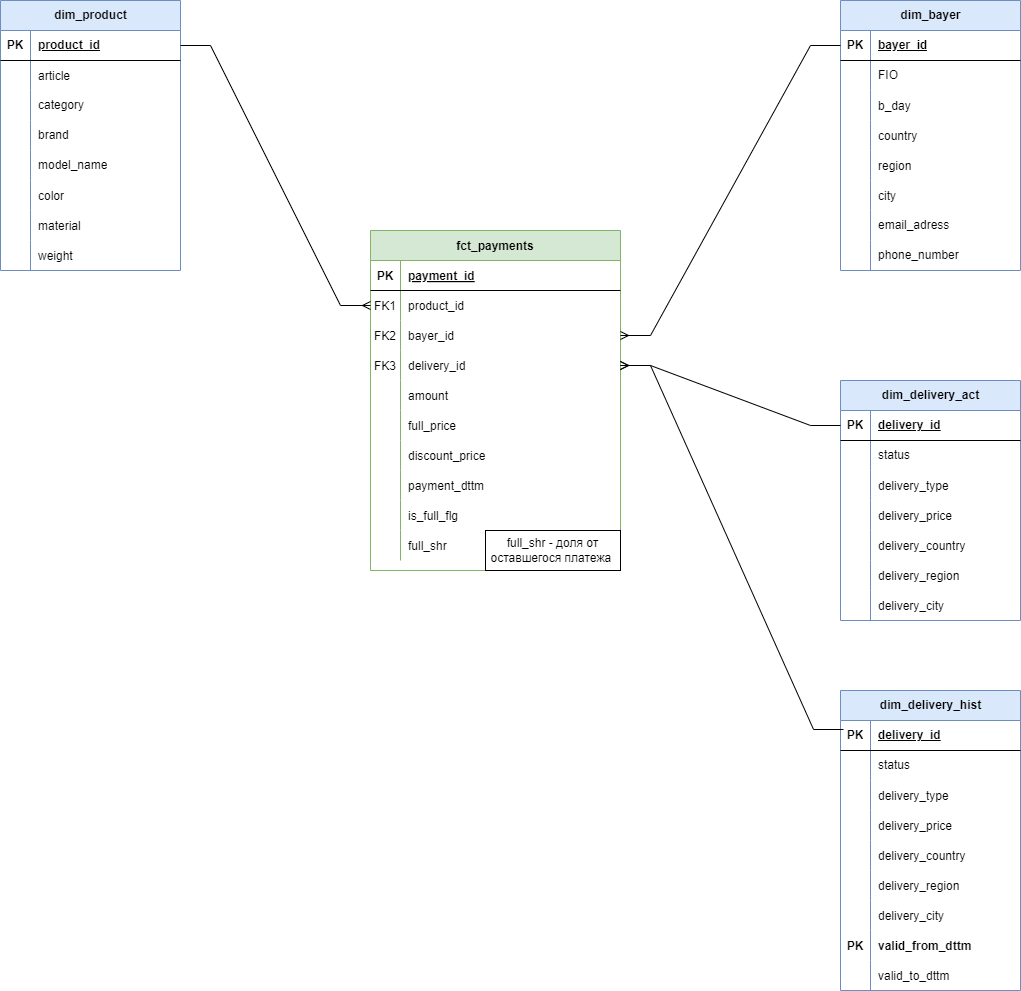
Before: PracticeWork.drawio.png, a diagram exported from draw.io (yaizida/Data-engineering). Source tidied: cells renumbered, new cells last; positions are measured from the earlier drawing's top-left corner, leaving out a move shared by most shapes.
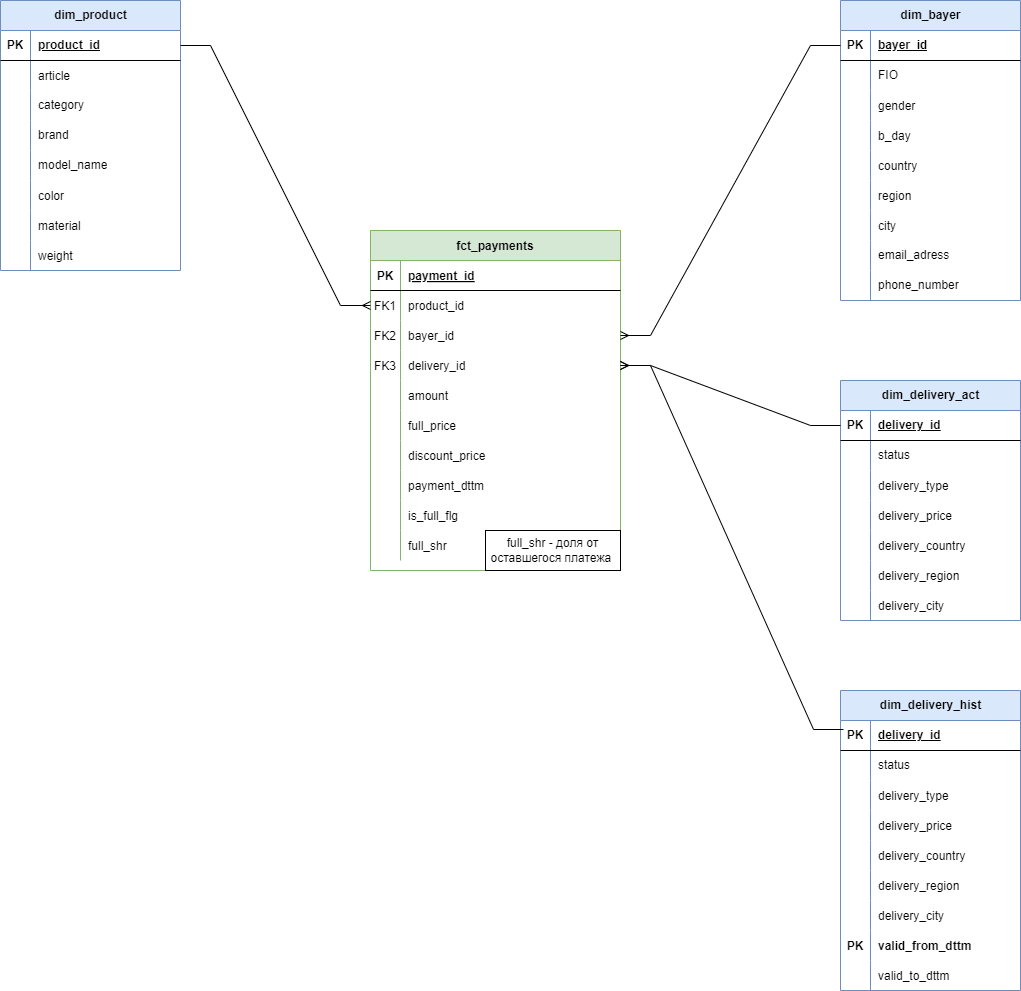
Above is the later version.

The edit, as a diff of the source:
```diff
@@ -177,7 +177,7 @@
       <mxGeometry relative="1" as="geometry" />
     </mxCell>
     <mxCell id="60" value="dim_bayer" style="shape=table;startSize=30;rowLines=0;fontStyle=1;align=center;html=1;fillColor=#dae8fc;strokeColor=#6c8ebf;" parent="1" vertex="1">
-      <mxGeometry x="840" width="180" height="270" as="geometry" />
+      <mxGeometry x="840" width="180" height="300" as="geometry" />
     </mxCell>
     <mxCell id="61" style="shape=tableRow;horizontal=0;startSize=0;swimlaneHead=0;swimlaneBody=0;fillColor=none;points=[[0,0.5],[1,0.5]];portConstraint=eastwest;top=0;left=0;right=0;bottom=1;" parent="60" vertex="1">
       <mxGeometry y="30" width="180" height="30" as="geometry" />
@@ -197,8 +197,17 @@
     <mxCell id="66" value="FIO" style="shape=partialRectangle;fillColor=none;top=0;left=0;bottom=0;right=0;align=left;spacingLeft=6;overflow=hidden;whiteSpace=wrap;html=1;" parent="64" vertex="1">
       <mxGeometry x="30" width="150" height="30" as="geometry" />
     </mxCell>
+    <mxCell id="138" style="shape=tableRow;horizontal=0;startSize=0;swimlaneHead=0;swimlaneBody=0;fillColor=none;top=0;left=0;right=0;bottom=0;" parent="60" vertex="1">
+      <mxGeometry y="90" width="180" height="30" as="geometry" />
+    </mxCell>
+    <mxCell id="139" style="shape=partialRectangle;fillColor=none;top=0;left=0;bottom=0;right=0;overflow=hidden;" parent="138" vertex="1">
+      <mxGeometry width="30" height="30" as="geometry" />
+    </mxCell>
+    <mxCell id="140" value="gender" style="shape=partialRectangle;fillColor=none;top=0;left=0;bottom=0;right=0;align=left;spacingLeft=6;overflow=hidden;" parent="138" vertex="1">
+      <mxGeometry x="30" width="150" height="30" as="geometry" />
+    </mxCell>
     <mxCell id="67" style="shape=tableRow;horizontal=0;startSize=0;swimlaneHead=0;swimlaneBody=0;fillColor=none;top=0;left=0;right=0;bottom=0;" parent="60" vertex="1">
-      <mxGeometry y="90" width="180" height="30" as="geometry" />
+      <mxGeometry y="120" width="180" height="30" as="geometry" />
     </mxCell>
     <mxCell id="68" style="shape=partialRectangle;fillColor=none;top=0;left=0;bottom=0;right=0;overflow=hidden;" parent="67" vertex="1">
       <mxGeometry width="30" height="30" as="geometry" />
@@ -207,7 +216,7 @@
       <mxGeometry x="30" width="150" height="30" as="geometry" />
     </mxCell>
     <mxCell id="70" style="shape=tableRow;horizontal=0;startSize=0;swimlaneHead=0;swimlaneBody=0;fillColor=none;top=0;left=0;right=0;bottom=0;" parent="60" vertex="1">
-      <mxGeometry y="120" width="180" height="30" as="geometry" />
+      <mxGeometry y="150" width="180" height="30" as="geometry" />
     </mxCell>
     <mxCell id="71" style="shape=partialRectangle;fillColor=none;top=0;left=0;bottom=0;right=0;overflow=hidden;" parent="70" vertex="1">
       <mxGeometry width="30" height="30" as="geometry" />
@@ -216,7 +225,7 @@
       <mxGeometry x="30" width="150" height="30" as="geometry" />
     </mxCell>
     <mxCell id="73" style="shape=tableRow;horizontal=0;startSize=0;swimlaneHead=0;swimlaneBody=0;fillColor=none;top=0;left=0;right=0;bottom=0;" parent="60" vertex="1">
-      <mxGeometry y="150" width="180" height="30" as="geometry" />
+      <mxGeometry y="180" width="180" height="30" as="geometry" />
     </mxCell>
     <mxCell id="74" style="shape=partialRectangle;fillColor=none;top=0;left=0;bottom=0;right=0;overflow=hidden;" parent="73" vertex="1">
       <mxGeometry width="30" height="30" as="geometry" />
@@ -225,7 +234,7 @@
       <mxGeometry x="30" width="150" height="30" as="geometry" />
     </mxCell>
     <mxCell id="76" style="shape=tableRow;horizontal=0;startSize=0;swimlaneHead=0;swimlaneBody=0;fillColor=none;top=0;left=0;right=0;bottom=0;" parent="60" vertex="1">
-      <mxGeometry y="180" width="180" height="30" as="geometry" />
+      <mxGeometry y="210" width="180" height="30" as="geometry" />
     </mxCell>
     <mxCell id="77" style="shape=partialRectangle;fillColor=none;top=0;left=0;bottom=0;right=0;overflow=hidden;" parent="76" vertex="1">
       <mxGeometry width="30" height="30" as="geometry" />
@@ -234,7 +243,7 @@
       <mxGeometry x="30" width="150" height="30" as="geometry" />
     </mxCell>
     <mxCell id="79" style="shape=tableRow;horizontal=0;startSize=0;swimlaneHead=0;swimlaneBody=0;fillColor=none;top=0;left=0;right=0;bottom=0;" parent="60" vertex="1">
-      <mxGeometry y="210" width="180" height="30" as="geometry" />
+      <mxGeometry y="240" width="180" height="30" as="geometry" />
     </mxCell>
     <mxCell id="80" style="shape=partialRectangle;fillColor=none;top=0;left=0;bottom=0;right=0;overflow=hidden;whiteSpace=wrap;html=1;" parent="79" vertex="1">
       <mxGeometry width="30" height="30" as="geometry" />
@@ -243,7 +252,7 @@
       <mxGeometry x="30" width="150" height="30" as="geometry" />
     </mxCell>
     <mxCell id="82" style="shape=tableRow;horizontal=0;startSize=0;swimlaneHead=0;swimlaneBody=0;fillColor=none;top=0;left=0;right=0;bottom=0;" parent="60" vertex="1">
-      <mxGeometry y="240" width="180" height="30" as="geometry" />
+      <mxGeometry y="270" width="180" height="30" as="geometry" />
     </mxCell>
     <mxCell id="83" style="shape=partialRectangle;fillColor=none;top=0;left=0;bottom=0;right=0;overflow=hidden;whiteSpace=wrap;html=1;" parent="82" vertex="1">
       <mxGeometry width="30" height="30" as="geometry" />
```
